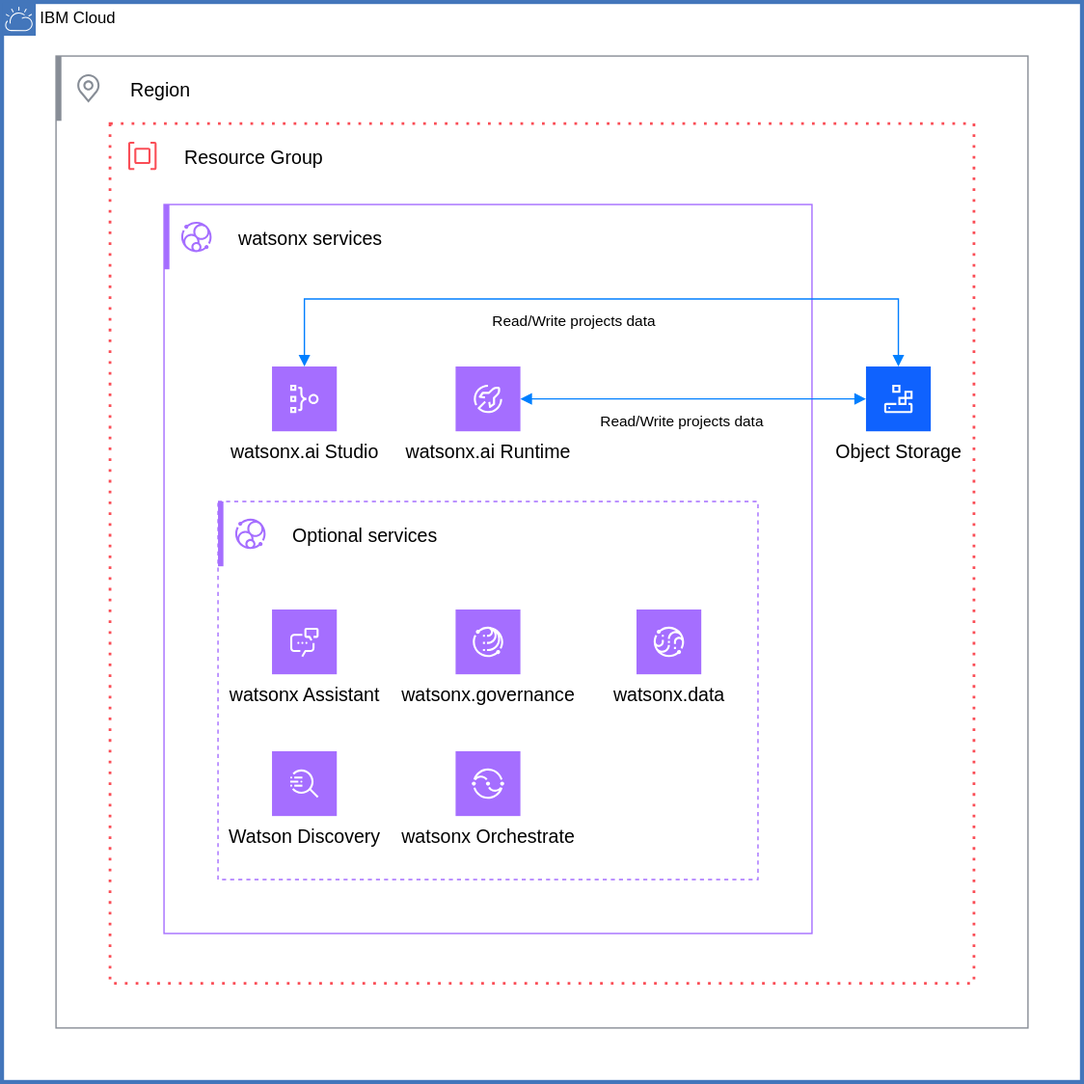
terraform-ibm-modules/terraform-ibm-watsonx-saas-da keeps this draw.io diagram as reference-architectures/watsonx-saas-da.svg. Above is the earlier version. Source tidied: cells renumbered, new cells last; positions are measured from the earlier drawing's top-left corner, leaving out a move shared by most shapes.
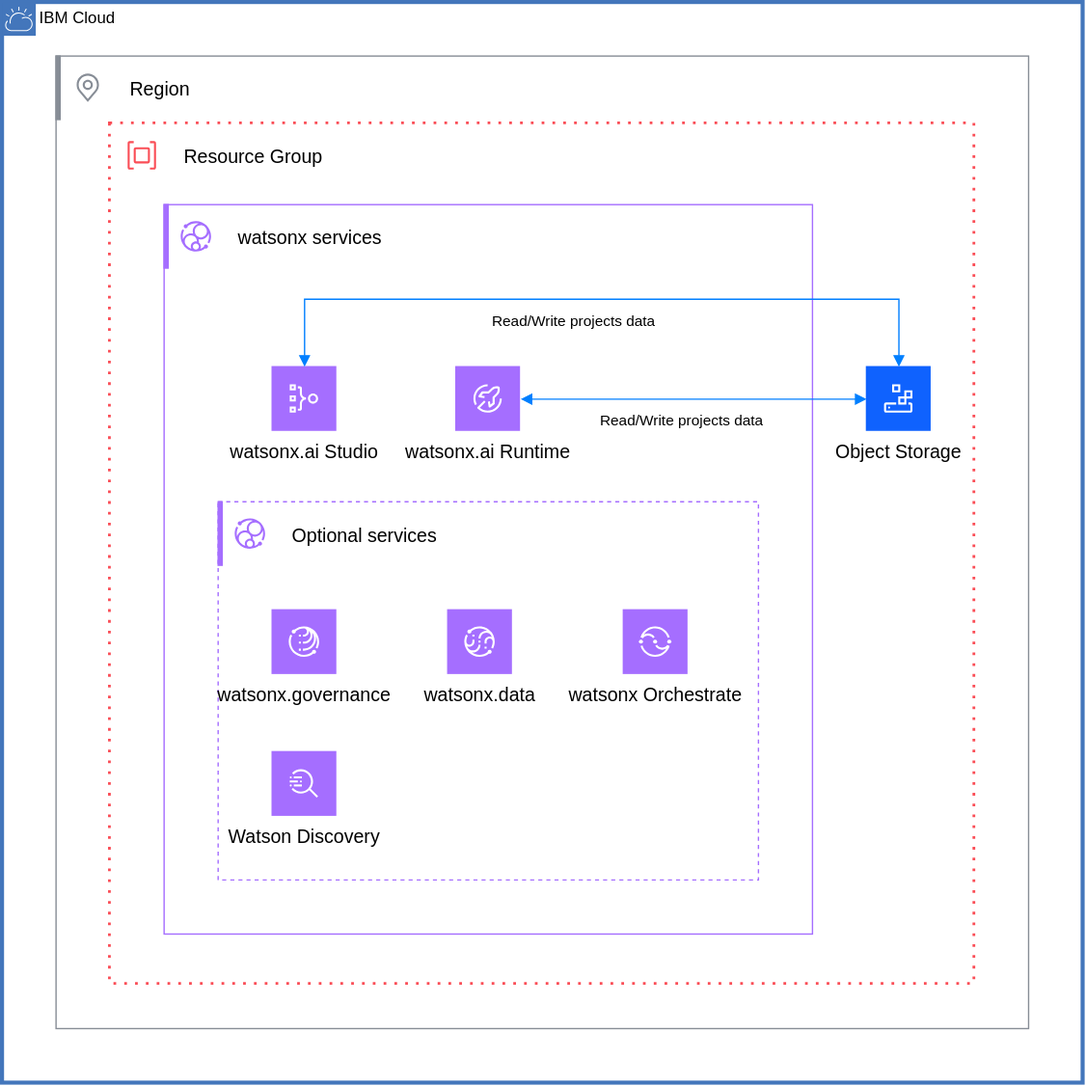
Above is the later version.

Commit message:
docs: update reference architecture diagram to remove watsonx Assistant

The edit, as a diff of the source:
```diff
@@ -11,138 +11,130 @@
     <mxCell id="4" value="Region" style="shape=rect;fillColor=none;labelPosition=right;verticalLabelPosition=middle;align=left;verticalAlign=middle;strokeColor=none;spacingLeft=5;fontSize=14;" parent="3" vertex="1">
       <mxGeometry width="48" height="48" relative="1" as="geometry" />
     </mxCell>
-    <mxCell id="5" style="fillColor=#878D96;shape=mxgraph.ibm_cloud.location;strokeColor=none;dashed=0;html=1;labelPosition=center;verticalLabelPosition=bottom;verticalAlign=top;" parent="4" vertex="1">
-      <mxGeometry width="24" height="24" relative="1" as="geometry">
-        <mxPoint x="12" y="12" as="offset" />
-      </mxGeometry>
-    </mxCell>
-    <mxCell id="6" style="shape=rect;fillColor=#878D96;labelPosition=right;verticalLabelPosition=middle;align=left;verticalAlign=middle;strokeColor=none;spacingLeft=5;fontSize=14;" parent="3" vertex="1">
-      <mxGeometry width="4" height="48" relative="1" as="geometry" />
-    </mxCell>
+    <mxCell id="38" style="fillColor=#878D96;shape=mxgraph.ibm_cloud.location;strokeColor=none;dashed=0;html=1;labelPosition=center;verticalLabelPosition=bottom;verticalAlign=top;" parent="4" vertex="1">
+      <mxGeometry width="24" height="24" relative="1" as="geometry">
+        <mxPoint x="12" y="12" as="offset" />
+      </mxGeometry>
+    </mxCell>
+    <mxCell id="39" style="shape=rect;fillColor=#878D96;labelPosition=right;verticalLabelPosition=middle;align=left;verticalAlign=middle;strokeColor=none;spacingLeft=5;fontSize=14;" parent="3" vertex="1">
+      <mxGeometry width="4" height="48" relative="1" as="geometry" />
+    </mxCell>
     <mxCell id="7" style="html=1;whiteSpace=wrap;strokeColor=#FA4D56;fillColor=none;dashed=1;dashPattern=1 3;strokeWidth=2;" parent="3" vertex="1">
       <mxGeometry x="40" y="50" width="640" height="637" as="geometry" />
     </mxCell>
     <mxCell id="8" value="Resource Group" style="shape=rect;fillColor=none;labelPosition=right;verticalLabelPosition=middle;align=left;verticalAlign=middle;strokeColor=none;spacingLeft=5;fontSize=14;" parent="7" vertex="1">
       <mxGeometry width="48" height="48" relative="1" as="geometry" />
     </mxCell>
-    <mxCell id="9" style="fillColor=#FA4D56;shape=mxgraph.ibm_cloud.group--resource;strokeColor=none;dashed=0;html=1;labelPosition=center;verticalLabelPosition=bottom;verticalAlign=top;" parent="8" vertex="1">
-      <mxGeometry width="24" height="24" relative="1" as="geometry">
-        <mxPoint x="12" y="12" as="offset" />
-      </mxGeometry>
-    </mxCell>
+    <mxCell id="40" style="fillColor=#FA4D56;shape=mxgraph.ibm_cloud.group--resource;strokeColor=none;dashed=0;html=1;labelPosition=center;verticalLabelPosition=bottom;verticalAlign=top;" parent="8" vertex="1">
+      <mxGeometry width="24" height="24" relative="1" as="geometry">
+        <mxPoint x="12" y="12" as="offset" />
+      </mxGeometry>
+    </mxCell>
     <mxCell id="10" style="html=1;whiteSpace=wrap;strokeColor=#A56EFF;fillColor=none;strokeWidth=1;" parent="7" vertex="1">
       <mxGeometry x="40" y="60" width="480" height="540" as="geometry" />
     </mxCell>
     <mxCell id="11" value="watsonx services" style="shape=rect;fillColor=none;labelPosition=right;verticalLabelPosition=middle;align=left;verticalAlign=middle;strokeColor=none;spacingLeft=5;fontSize=14;" parent="10" vertex="1">
       <mxGeometry width="48" height="48" relative="1" as="geometry" />
     </mxCell>
-    <mxCell id="12" style="fillColor=#A56EFF;shape=mxgraph.ibm_cloud.watsonx;strokeColor=none;dashed=0;html=1;labelPosition=center;verticalLabelPosition=bottom;verticalAlign=top;" parent="11" vertex="1">
-      <mxGeometry width="24" height="24" relative="1" as="geometry">
-        <mxPoint x="12" y="12" as="offset" />
-      </mxGeometry>
-    </mxCell>
-    <mxCell id="13" style="shape=rect;fillColor=#A56EFF;labelPosition=right;verticalLabelPosition=middle;align=left;verticalAlign=middle;strokeColor=none;spacingLeft=5;fontSize=14;" parent="10" vertex="1">
-      <mxGeometry width="4" height="48" relative="1" as="geometry" />
-    </mxCell>
+    <mxCell id="41" style="fillColor=#A56EFF;shape=mxgraph.ibm_cloud.watsonx;strokeColor=none;dashed=0;html=1;labelPosition=center;verticalLabelPosition=bottom;verticalAlign=top;" parent="11" vertex="1">
+      <mxGeometry width="24" height="24" relative="1" as="geometry">
+        <mxPoint x="12" y="12" as="offset" />
+      </mxGeometry>
+    </mxCell>
+    <mxCell id="42" style="shape=rect;fillColor=#A56EFF;labelPosition=right;verticalLabelPosition=middle;align=left;verticalAlign=middle;strokeColor=none;spacingLeft=5;fontSize=14;" parent="10" vertex="1">
+      <mxGeometry width="4" height="48" relative="1" as="geometry" />
+    </mxCell>
     <mxCell id="14" value="watsonx.ai Studio" style="shape=rect;fillColor=#A56EFF;labelPosition=center;verticalLabelPosition=bottom;align=center;verticalAlign=top;strokeColor=none;fontSize=14;" parent="10" vertex="1">
       <mxGeometry x="80" y="120" width="48" height="48" as="geometry" />
     </mxCell>
-    <mxCell id="15" style="fillColor=#ffffff;strokeColor=none;dashed=0;html=1;labelPosition=center;verticalLabelPosition=bottom;verticalAlign=top;shape=mxgraph.ibm_cloud.ibm-watson--studio;" parent="14" vertex="1">
-      <mxGeometry width="24" height="24" relative="1" as="geometry">
-        <mxPoint x="12" y="12" as="offset" />
-      </mxGeometry>
-    </mxCell>
+    <mxCell id="43" style="fillColor=#ffffff;strokeColor=none;dashed=0;html=1;labelPosition=center;verticalLabelPosition=bottom;verticalAlign=top;shape=mxgraph.ibm_cloud.ibm-watson--studio;" parent="14" vertex="1">
+      <mxGeometry width="24" height="24" relative="1" as="geometry">
+        <mxPoint x="12" y="12" as="offset" />
+      </mxGeometry>
+    </mxCell>
     <mxCell id="16" value="watsonx.ai Runtime" style="shape=rect;fillColor=#A56EFF;labelPosition=center;verticalLabelPosition=bottom;align=center;verticalAlign=top;strokeColor=none;fontSize=14;" parent="10" vertex="1">
       <mxGeometry x="216" y="120" width="48" height="48" as="geometry" />
     </mxCell>
-    <mxCell id="17" style="fillColor=#ffffff;strokeColor=none;dashed=0;html=1;labelPosition=center;verticalLabelPosition=bottom;verticalAlign=top;shape=mxgraph.ibm_cloud.ibm-watson--machine-learning;" parent="16" vertex="1">
-      <mxGeometry width="24" height="24" relative="1" as="geometry">
-        <mxPoint x="12" y="12" as="offset" />
-      </mxGeometry>
-    </mxCell>
+    <mxCell id="44" style="fillColor=#ffffff;strokeColor=none;dashed=0;html=1;labelPosition=center;verticalLabelPosition=bottom;verticalAlign=top;shape=mxgraph.ibm_cloud.ibm-watson--machine-learning;" parent="16" vertex="1">
+      <mxGeometry width="24" height="24" relative="1" as="geometry">
+        <mxPoint x="12" y="12" as="offset" />
+      </mxGeometry>
+    </mxCell>
     <mxCell id="18" style="html=1;whiteSpace=wrap;strokeColor=#A56EFF;fillColor=none;strokeWidth=1;dashed=1;" parent="10" vertex="1">
       <mxGeometry x="40" y="220" width="400" height="280" as="geometry" />
     </mxCell>
     <mxCell id="19" value="Optional services" style="shape=rect;fillColor=none;labelPosition=right;verticalLabelPosition=middle;align=left;verticalAlign=middle;strokeColor=none;spacingLeft=5;fontSize=14;" parent="18" vertex="1">
       <mxGeometry width="48" height="48" relative="1" as="geometry" />
     </mxCell>
-    <mxCell id="20" style="fillColor=#A56EFF;shape=mxgraph.ibm_cloud.watsonx;strokeColor=none;dashed=0;html=1;labelPosition=center;verticalLabelPosition=bottom;verticalAlign=top;" parent="19" vertex="1">
-      <mxGeometry width="24" height="24" relative="1" as="geometry">
-        <mxPoint x="12" y="12" as="offset" />
-      </mxGeometry>
-    </mxCell>
-    <mxCell id="21" style="shape=rect;fillColor=#A56EFF;labelPosition=right;verticalLabelPosition=middle;align=left;verticalAlign=middle;strokeColor=none;spacingLeft=5;fontSize=14;" parent="18" vertex="1">
-      <mxGeometry width="4" height="48" relative="1" as="geometry" />
-    </mxCell>
-    <mxCell id="22" value="watsonx Assistant" style="shape=rect;fillColor=#A56EFF;labelPosition=center;verticalLabelPosition=bottom;align=center;verticalAlign=top;strokeColor=none;fontSize=14;" parent="18" vertex="1">
-      <mxGeometry x="40" y="80" width="48" height="48" as="geometry" />
-    </mxCell>
-    <mxCell id="23" style="fillColor=#ffffff;strokeColor=none;dashed=0;html=1;labelPosition=center;verticalLabelPosition=bottom;verticalAlign=top;shape=mxgraph.ibm_cloud.ibm-watsonx--assistant;" parent="22" vertex="1">
-      <mxGeometry width="24" height="24" relative="1" as="geometry">
-        <mxPoint x="12" y="12" as="offset" />
-      </mxGeometry>
-    </mxCell>
+    <mxCell id="45" style="fillColor=#A56EFF;shape=mxgraph.ibm_cloud.watsonx;strokeColor=none;dashed=0;html=1;labelPosition=center;verticalLabelPosition=bottom;verticalAlign=top;" parent="19" vertex="1">
+      <mxGeometry width="24" height="24" relative="1" as="geometry">
+        <mxPoint x="12" y="12" as="offset" />
+      </mxGeometry>
+    </mxCell>
+    <mxCell id="46" style="shape=rect;fillColor=#A56EFF;labelPosition=right;verticalLabelPosition=middle;align=left;verticalAlign=middle;strokeColor=none;spacingLeft=5;fontSize=14;" parent="18" vertex="1">
+      <mxGeometry width="4" height="48" relative="1" as="geometry" />
+    </mxCell>
     <mxCell id="24" value="watsonx.data" style="shape=rect;fillColor=#A56EFF;labelPosition=center;verticalLabelPosition=bottom;align=center;verticalAlign=top;strokeColor=none;fontSize=14;" parent="18" vertex="1">
-      <mxGeometry x="310" y="80" width="48" height="48" as="geometry" />
+      <mxGeometry x="170" y="80" width="48" height="48" as="geometry" />
     </mxCell>
-    <mxCell id="25" style="fillColor=#ffffff;strokeColor=none;dashed=0;html=1;labelPosition=center;verticalLabelPosition=bottom;verticalAlign=top;shape=mxgraph.ibm_cloud.watsonx-data;" parent="24" vertex="1">
-      <mxGeometry width="24" height="24" relative="1" as="geometry">
-        <mxPoint x="12" y="12" as="offset" />
-      </mxGeometry>
-    </mxCell>
+    <mxCell id="47" style="fillColor=#ffffff;strokeColor=none;dashed=0;html=1;labelPosition=center;verticalLabelPosition=bottom;verticalAlign=top;shape=mxgraph.ibm_cloud.watsonx-data;" parent="24" vertex="1">
+      <mxGeometry width="24" height="24" relative="1" as="geometry">
+        <mxPoint x="12" y="12" as="offset" />
+      </mxGeometry>
+    </mxCell>
     <mxCell id="26" value="Watson Discovery" style="shape=rect;fillColor=#A56EFF;labelPosition=center;verticalLabelPosition=bottom;align=center;verticalAlign=top;strokeColor=none;fontSize=14;" parent="18" vertex="1">
       <mxGeometry x="40" y="185" width="48" height="48" as="geometry" />
     </mxCell>
-    <mxCell id="27" style="fillColor=#ffffff;strokeColor=none;dashed=0;html=1;labelPosition=center;verticalLabelPosition=bottom;verticalAlign=top;shape=mxgraph.ibm_cloud.ibm-watson--discovery;" parent="26" vertex="1">
-      <mxGeometry width="24" height="24" relative="1" as="geometry">
-        <mxPoint x="12" y="12" as="offset" />
-      </mxGeometry>
-    </mxCell>
+    <mxCell id="48" style="fillColor=#ffffff;strokeColor=none;dashed=0;html=1;labelPosition=center;verticalLabelPosition=bottom;verticalAlign=top;shape=mxgraph.ibm_cloud.ibm-watson--discovery;" parent="26" vertex="1">
+      <mxGeometry width="24" height="24" relative="1" as="geometry">
+        <mxPoint x="12" y="12" as="offset" />
+      </mxGeometry>
+    </mxCell>
     <mxCell id="28" value="watsonx Orchestrate" style="shape=rect;fillColor=#A56EFF;labelPosition=center;verticalLabelPosition=bottom;align=center;verticalAlign=top;strokeColor=none;fontSize=14;" parent="18" vertex="1">
-      <mxGeometry x="176" y="185" width="48" height="48" as="geometry" />
+      <mxGeometry x="300" y="80" width="48" height="48" as="geometry" />
     </mxCell>
-    <mxCell id="29" style="fillColor=#ffffff;strokeColor=none;dashed=0;html=1;labelPosition=center;verticalLabelPosition=bottom;verticalAlign=top;shape=mxgraph.ibm_cloud.ibm-watsonx--orchestrate;" parent="28" vertex="1">
-      <mxGeometry width="24" height="24" relative="1" as="geometry">
-        <mxPoint x="12" y="12" as="offset" />
-      </mxGeometry>
-    </mxCell>
+    <mxCell id="49" style="fillColor=#ffffff;strokeColor=none;dashed=0;html=1;labelPosition=center;verticalLabelPosition=bottom;verticalAlign=top;shape=mxgraph.ibm_cloud.ibm-watsonx--orchestrate;" parent="28" vertex="1">
+      <mxGeometry width="24" height="24" relative="1" as="geometry">
+        <mxPoint x="12" y="12" as="offset" />
+      </mxGeometry>
+    </mxCell>
     <mxCell id="30" value="watsonx.governance" style="shape=rect;fillColor=#A56EFF;labelPosition=center;verticalLabelPosition=bottom;align=center;verticalAlign=top;strokeColor=none;fontSize=14;" parent="18" vertex="1">
-      <mxGeometry x="176" y="80" width="48" height="48" as="geometry" />
+      <mxGeometry x="40" y="80" width="48" height="48" as="geometry" />
     </mxCell>
-    <mxCell id="31" style="fillColor=#ffffff;strokeColor=none;dashed=0;html=1;labelPosition=center;verticalLabelPosition=bottom;verticalAlign=top;shape=mxgraph.ibm_cloud.watsonx-governance;" parent="30" vertex="1">
-      <mxGeometry width="24" height="24" relative="1" as="geometry">
-        <mxPoint x="12" y="12" as="offset" />
-      </mxGeometry>
-    </mxCell>
+    <mxCell id="50" style="fillColor=#ffffff;strokeColor=none;dashed=0;html=1;labelPosition=center;verticalLabelPosition=bottom;verticalAlign=top;shape=mxgraph.ibm_cloud.watsonx-governance;" parent="30" vertex="1">
+      <mxGeometry width="24" height="24" relative="1" as="geometry">
+        <mxPoint x="12" y="12" as="offset" />
+      </mxGeometry>
+    </mxCell>
     <mxCell id="32" value="Object Storage" style="shape=rect;fillColor=#0F62FE;labelPosition=center;verticalLabelPosition=bottom;align=center;verticalAlign=top;strokeColor=none;fontSize=14;" parent="7" vertex="1">
       <mxGeometry x="560" y="180" width="48" height="48" as="geometry" />
     </mxCell>
-    <mxCell id="33" style="fillColor=#ffffff;strokeColor=none;dashed=0;html=1;labelPosition=center;verticalLabelPosition=bottom;verticalAlign=top;shape=mxgraph.ibm_cloud.object-storage;" parent="32" vertex="1">
-      <mxGeometry width="24" height="24" relative="1" as="geometry">
-        <mxPoint x="12" y="12" as="offset" />
-      </mxGeometry>
-    </mxCell>
-    <mxCell id="34" style="endArrow=block;html=1;fontSize=16;fontColor=#4376BB;strokeWidth=1;endFill=1;strokeColor=#007FFF;startArrow=block;startFill=1;rounded=0;entryX=0.5;entryY=0;entryDx=0;entryDy=0;edgeStyle=orthogonalEdgeStyle;" parent="7" edge="1" target="32">
-      <mxGeometry relative="1" as="geometry">
-        <mxPoint x="144" y="180" as="sourcePoint" />
-        <Array as="points">
-          <mxPoint x="144" y="130" />
-          <mxPoint x="584" y="130" />
-        </Array>
-      </mxGeometry>
-    </mxCell>
-    <mxCell id="35" value="Read/Write projects data" style="edgeLabel;html=1;align=center;verticalAlign=middle;" parent="34" vertex="1">
-      <mxGeometry x="-0.08" y="1" relative="1" as="geometry">
-        <mxPoint y="16" as="offset" />
-      </mxGeometry>
-    </mxCell>
+    <mxCell id="51" style="fillColor=#ffffff;strokeColor=none;dashed=0;html=1;labelPosition=center;verticalLabelPosition=bottom;verticalAlign=top;shape=mxgraph.ibm_cloud.object-storage;" parent="32" vertex="1">
+      <mxGeometry width="24" height="24" relative="1" as="geometry">
+        <mxPoint x="12" y="12" as="offset" />
+      </mxGeometry>
+    </mxCell>
+    <mxCell id="52" style="endArrow=block;html=1;fontSize=16;fontColor=#4376BB;strokeWidth=1;endFill=1;strokeColor=#007FFF;startArrow=block;startFill=1;rounded=0;entryX=0.5;entryY=0;entryDx=0;entryDy=0;edgeStyle=orthogonalEdgeStyle;" parent="7" edge="1" target="32">
+      <mxGeometry relative="1" as="geometry">
+        <mxPoint x="144" y="180" as="sourcePoint" />
+        <Array as="points">
+          <mxPoint x="144" y="130" />
+          <mxPoint x="584" y="130" />
+        </Array>
+      </mxGeometry>
+    </mxCell>
+    <mxCell id="53" value="Read/Write projects data" style="edgeLabel;html=1;align=center;verticalAlign=middle;" parent="52" vertex="1">
+      <mxGeometry x="-0.08" y="1" relative="1" as="geometry">
+        <mxPoint y="16" as="offset" />
+      </mxGeometry>
+    </mxCell>
     <mxCell id="36" style="endArrow=block;html=1;fontSize=16;fontColor=#4376BB;strokeWidth=1;endFill=1;strokeColor=#007FFF;startArrow=block;startFill=1;rounded=0;entryX=0;entryY=0.5;entryDx=0;entryDy=0;exitX=1;exitY=0.5;exitDx=0;exitDy=0;" parent="7" edge="1" source="16" target="32">
       <mxGeometry relative="1" as="geometry" />
     </mxCell>
-    <mxCell id="37" value="Read/Write projects data" style="edgeLabel;html=1;align=center;verticalAlign=middle;" parent="36" vertex="1">
-      <mxGeometry x="-0.08" y="1" relative="1" as="geometry">
-        <mxPoint y="16" as="offset" />
-      </mxGeometry>
-    </mxCell>
+    <mxCell id="54" value="Read/Write projects data" style="edgeLabel;html=1;align=center;verticalAlign=middle;" parent="36" vertex="1">
+      <mxGeometry x="-0.08" y="1" relative="1" as="geometry">
+        <mxPoint y="16" as="offset" />
+      </mxGeometry>
+    </mxCell>
   </root>
 </mxGraphModel>
```
